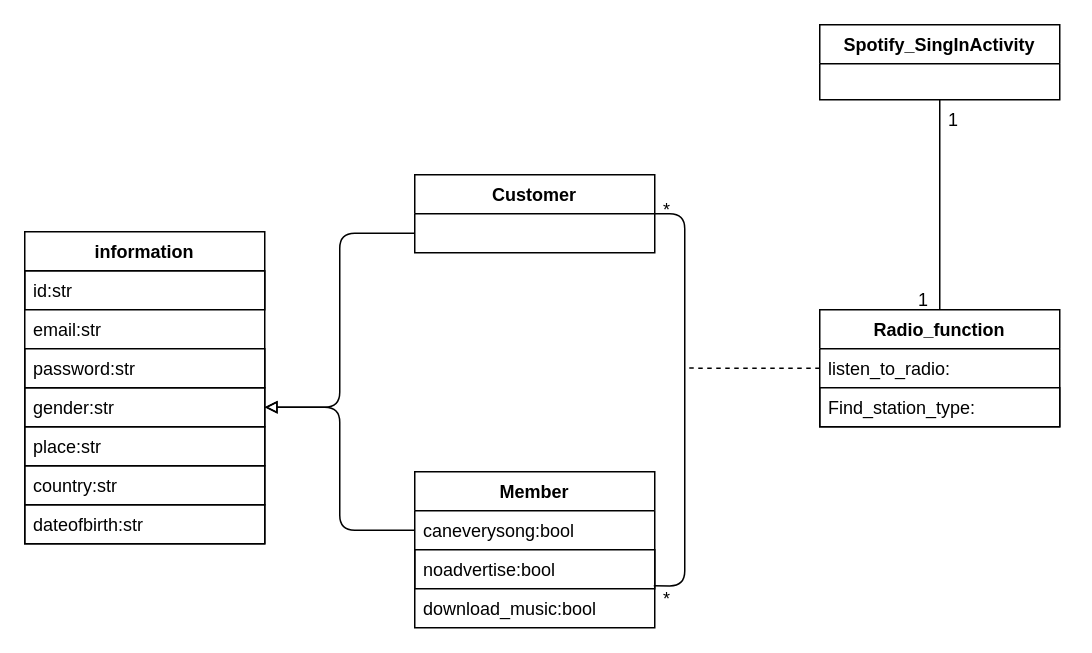
Before: page "電台功能" (8 of 12) of draw object class.drawio in 35596035/End-of-period-project, a draw.io diagram. Source tidied: cells renumbered, new cells numbered last; positions are measured from the earlier drawing's top-left corner, leaving out a move shared by most shapes. Both pictures are drawn from the tidied source at 150%, with x=0, y=0 at pixel (24, 24).
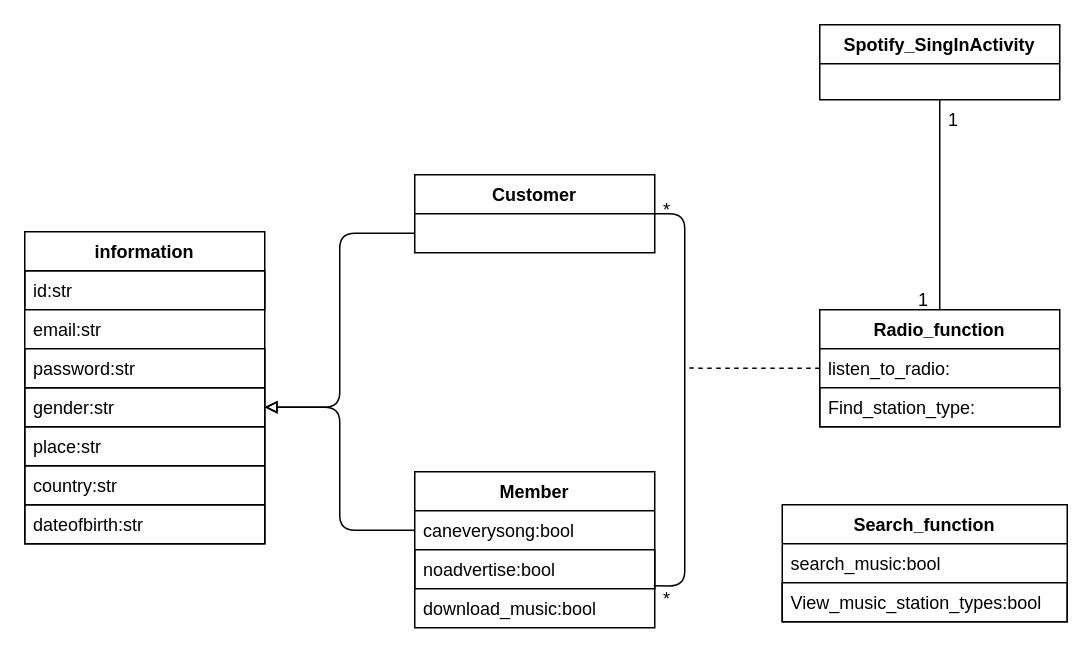
The same page after the edit.

Diff of the diagram source:
```diff
@@
+    <mxCell id="28" value="Search_function" style="swimlane;fontStyle=1;align=center;verticalAlign=top;horizontal=1;startSize=26;strokeColor=default;" parent="1" vertex="1">
+      <mxGeometry x="505" y="320" width="190" height="78" as="geometry" />
+    </mxCell>
+    <mxCell id="29" value="search_music:bool" style="text;strokeColor=none;fillColor=none;align=left;verticalAlign=top;spacingLeft=4;spacingRight=4;overflow=hidden;" parent="28" vertex="1">
+      <mxGeometry y="26" width="190" height="26" as="geometry" />
+    </mxCell>
+    <mxCell id="30" value="View_music_station_types:bool" style="text;strokeColor=default;fillColor=none;align=left;verticalAlign=top;spacingLeft=4;spacingRight=4;overflow=hidden;" parent="28" vertex="1">
+      <mxGeometry y="52" width="190" height="26" as="geometry" />
+    </mxCell>
```
